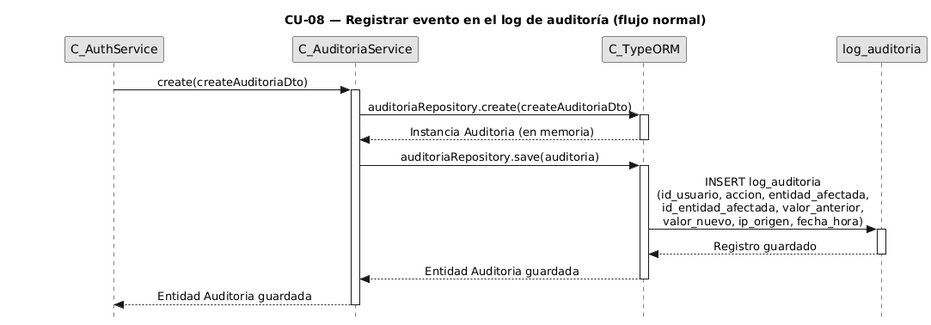
FSM-Finet-y-Cable-Magico/Team_1-Inventario-y-Bodega keeps this PlantUML diagram as diagramas-secuencia/CU08/CU08-normal.png. Above is the earlier version. The source it was exported from:
```plantuml
@startuml CU08-normal
title CU-08 — Registrar evento en el log de auditoría (flujo normal)

skinparam style strictuml
skinparam monochrome true
skinparam shadowing false
skinparam sequenceMessageAlign center
skinparam ParticipantPadding 70
skinparam ActorPadding 30
skinparam sequence {
  MessageAlign center
  LifeLineBorderColor black
}
hide footbox

participant "C_AuthService" as caller
participant "C_AuditoriaService" as aud
participant "C_TypeORM" as orm
participant "log_auditoria" as aent

caller -> aud : create(createAuditoriaDto)
activate aud

aud -> orm : auditoriaRepository.create(createAuditoriaDto)
activate orm
orm --> aud : Instancia Auditoria (en memoria)
deactivate orm

aud -> orm : auditoriaRepository.save(auditoria)
activate orm

orm -> aent : INSERT log_auditoria\n(id_usuario, accion, entidad_afectada,\nid_entidad_afectada, valor_anterior,\nvalor_nuevo, ip_origen, fecha_hora)
activate aent
aent --> orm : Registro guardado
deactivate aent

orm --> aud : Entidad Auditoria guardada
deactivate orm

aud --> caller : Entidad Auditoria guardada
deactivate aud

@enduml
```
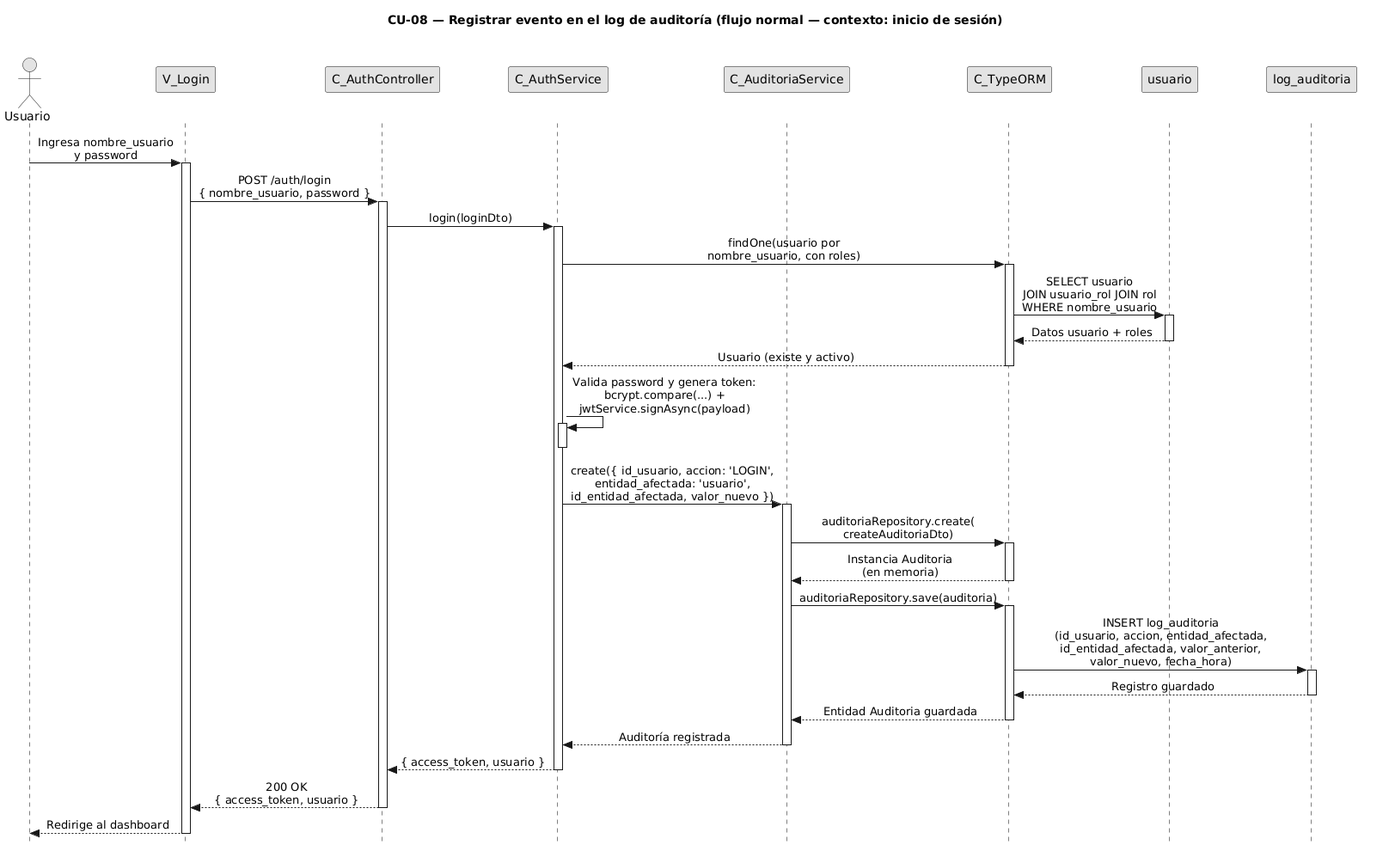
After the change.

The edit, as a diff of the source:
```diff
@@ -1,35 +1,71 @@
 @startuml CU08-normal
-title CU-08 — Registrar evento en el log de auditoría (flujo normal)
+title CU-08 — Registrar evento en el log de auditoría (flujo normal — contexto: inicio de sesión)
 
 skinparam style strictuml
 skinparam monochrome true
 skinparam shadowing false
 skinparam sequenceMessageAlign center
-skinparam ParticipantPadding 70
-skinparam ActorPadding 30
+<style>
+sequenceDiagram {
+  participant {
+    Margin 35
+  }
+  actor {
+    Margin 15
+  }
+}
+</style>
 skinparam sequence {
   MessageAlign center
   LifeLineBorderColor black
 }
 hide footbox
 
+actor "Usuario" as user
+participant "V_Login" as view
+participant "C_AuthController" as ctrl
 participant "C_AuthService" as caller
 participant "C_AuditoriaService" as aud
 participant "C_TypeORM" as orm
+participant "usuario" as uent
 participant "log_auditoria" as aent
 
-caller -> aud : create(createAuditoriaDto)
+user -> view : Ingresa nombre_usuario\ny password
+activate view
+
+view -> ctrl : POST /auth/login\n{ nombre_usuario, password }
+activate ctrl
+
+ctrl -> caller : login(loginDto)
+activate caller
+
+caller -> orm : findOne(usuario por\nnombre_usuario, con roles)
+activate orm
+
+orm -> uent : SELECT usuario\nJOIN usuario_rol JOIN rol\nWHERE nombre_usuario
+activate uent
+uent --> orm : Datos usuario + roles
+deactivate uent
+
+orm --> caller : Usuario (existe y activo)
+deactivate orm
+
+caller -> caller : Valida password y genera token:\nbcrypt.compare(...) +\njwtService.signAsync(payload)
+activate caller
+deactivate caller
+
+caller -> aud : create({ id_usuario, accion: 'LOGIN',\nentidad_afectada: 'usuario',\nid_entidad_afectada, valor_nuevo })
 activate aud
 
-aud -> orm : auditoriaRepository.create(createAuditoriaDto)
+aud -> orm : auditoriaRepository.create(\ncreateAuditoriaDto)
 activate orm
-orm --> aud : Instancia Auditoria (en memoria)
+orm --> aud : Instancia Auditoria\n(en memoria)
 deactivate orm
 
 aud -> orm : auditoriaRepository.save(auditoria)
 activate orm
 
-orm -> aent : INSERT log_auditoria\n(id_usuario, accion, entidad_afectada,\nid_entidad_afectada, valor_anterior,\nvalor_nuevo, ip_origen, fecha_hora)
+orm -> aent : INSERT log_auditoria\n(id_usuario, accion, entidad_afectada,\nid_entidad_afectada, valor_anterior,\nvalor_nuevo, fecha_hora)
 activate aent
 aent --> orm : Registro guardado
 deactivate aent
@@ -37,7 +73,16 @@
 orm --> aud : Entidad Auditoria guardada
 deactivate orm
 
-aud --> caller : Entidad Auditoria guardada
+aud --> caller : Auditoría registrada
 deactivate aud
 
+caller --> ctrl : { access_token, usuario }
+deactivate caller
+
+ctrl --> view : 200 OK\n{ access_token, usuario }
+deactivate ctrl
+
+view --> user : Redirige al dashboard
+deactivate view
+
 @enduml
```
